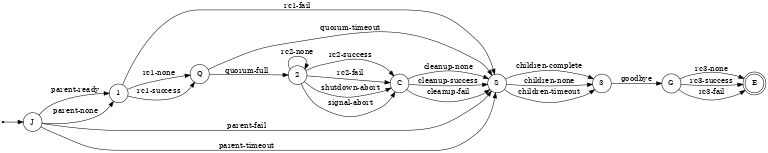
This is src/broker/doc/states.png from flux-framework/flux-core, a Graphviz export, as it was before one commit. Its source is kept beside it as src/broker/doc/states.dot.
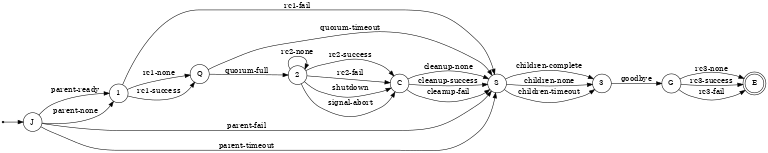
After the commit.

Commit message:
broker: consolidate events into 'shutdown' event

Change to the diagram source:
```diff
@@ -20,7 +20,7 @@
     2 -> 2 [ label = "rc2-none" ];
     2 -> C [ label = "rc2-success" ];
     2 -> C [ label = "rc2-fail" ];
-    2 -> C [ label = "shutdown-abort" ];
+    2 -> C [ label = "shutdown" ];
     2 -> C [ label = "signal-abort" ];
     C -> S [ label = "cleanup-none" ];
     C -> S [ label = "cleanup-success" ];
```
